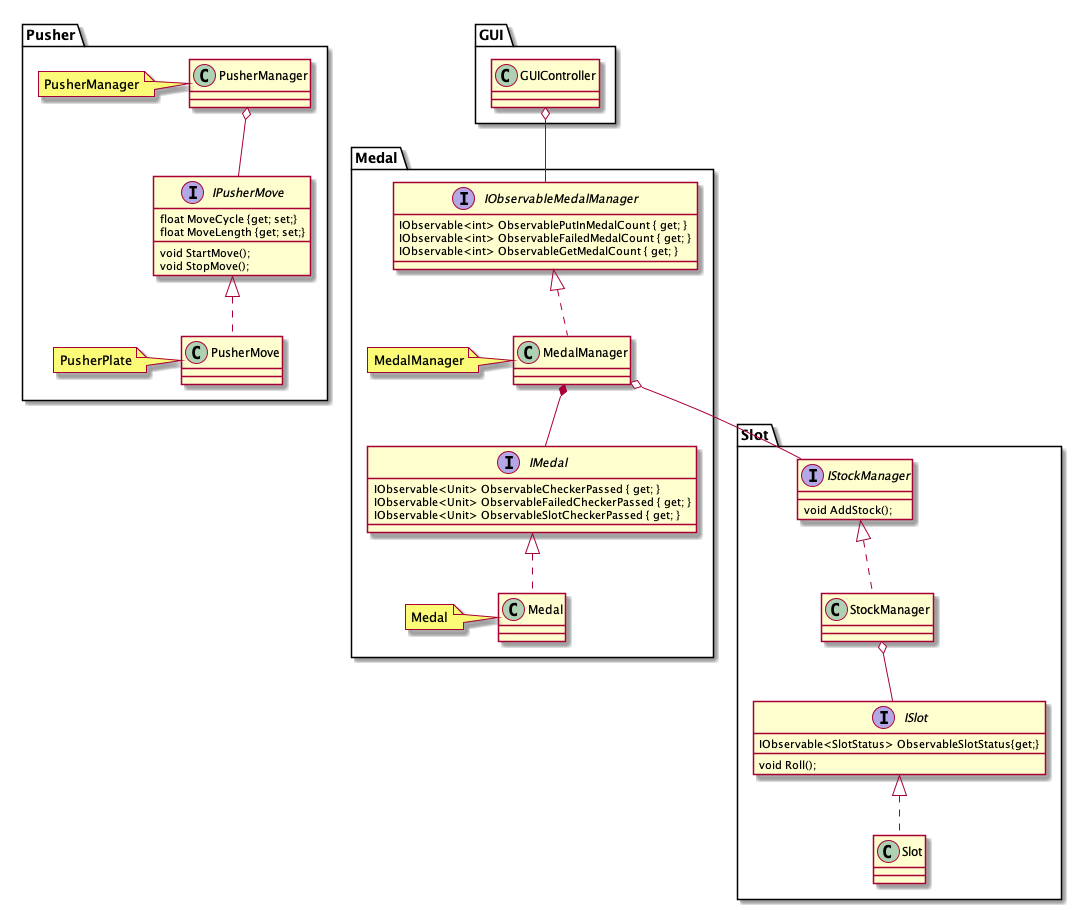
Above: Documents/ClassDiaglam/MedalPusherGameClassDiaglam.png in yutorisan/CoinPusherGame (PlantUML), before the change.
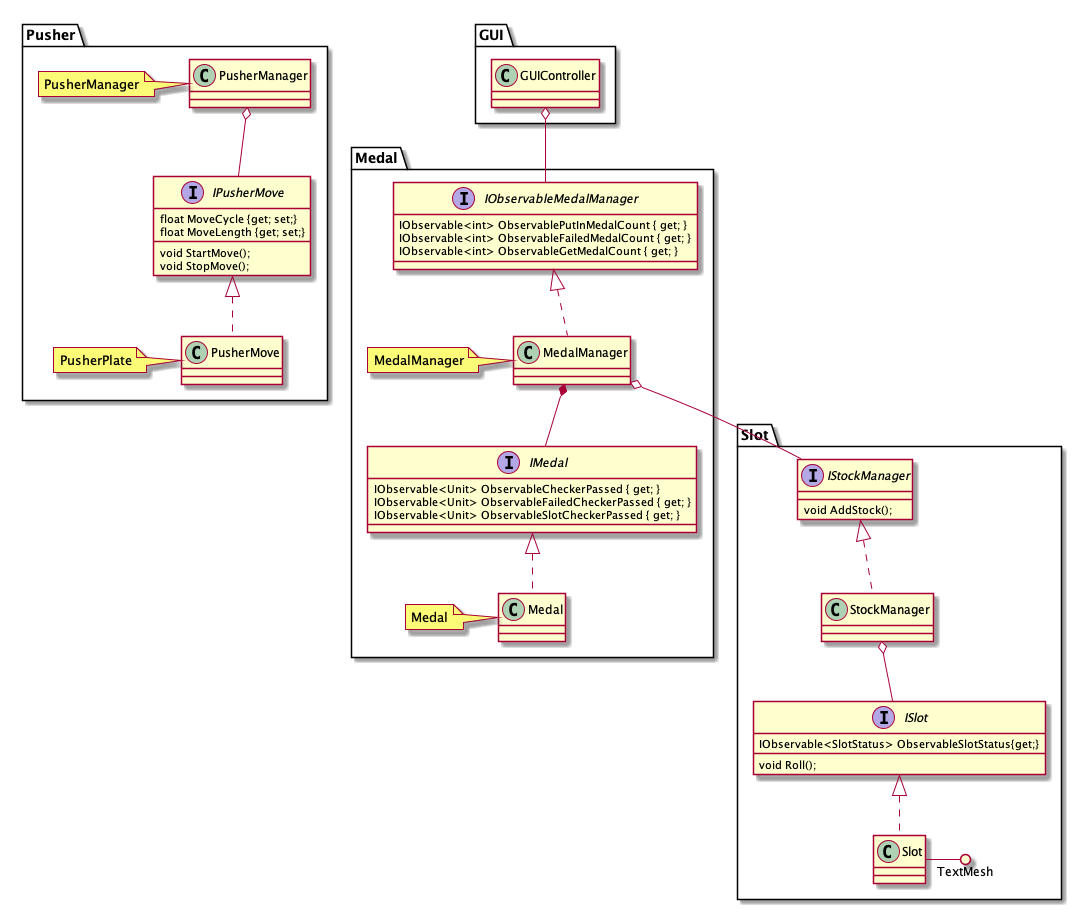
After the change.

Change to the diagram source:
```diff
@@ -53,6 +53,7 @@
         IObservable<SlotStatus> ObservableSlotStatus{get;}
     }
     class Slot
+    Slot -() TextMesh
 
     ISlot <|.. Slot
 
```
